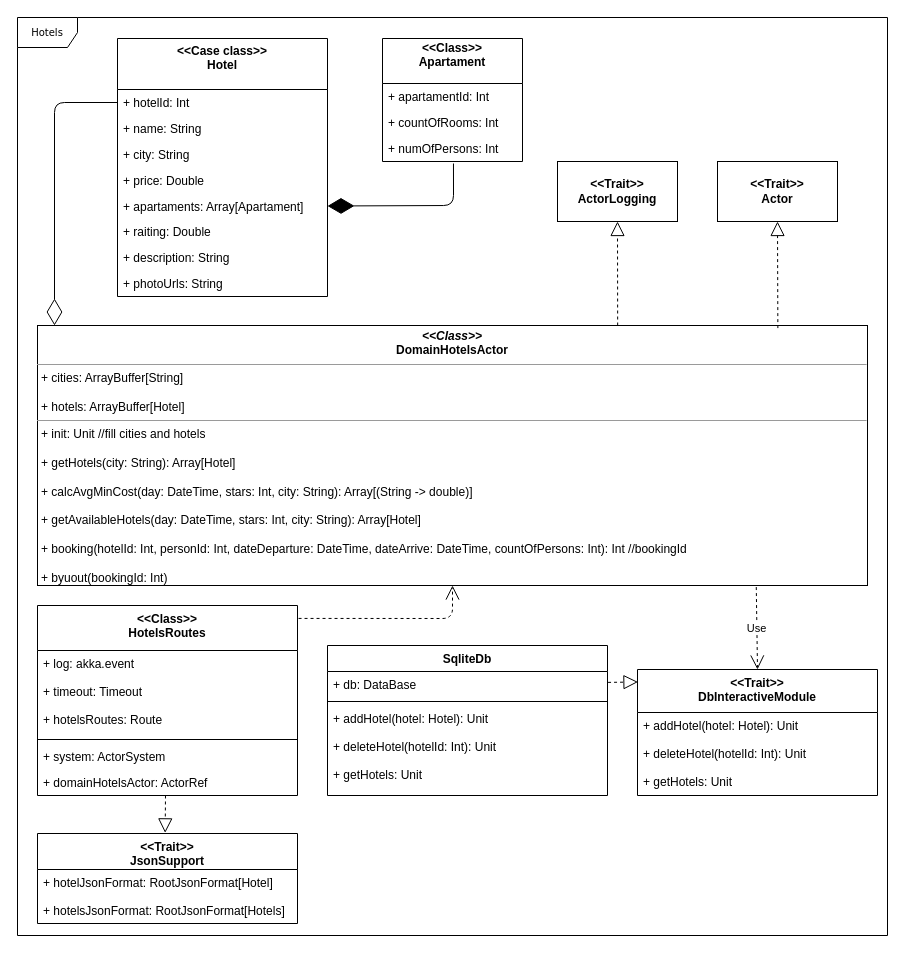
This is ClassDiagram/Class diagram.drawio from csu-iit-2019-1/Hotels, a draw.io file, before an edit. Source tidied: cells renumbered, new cells numbered last; positions are measured from the earlier drawing's top-left corner, leaving out a move shared by most shapes. Both pictures are drawn from the tidied source at 100%, with x=0, y=0 at pixel (17, 17).
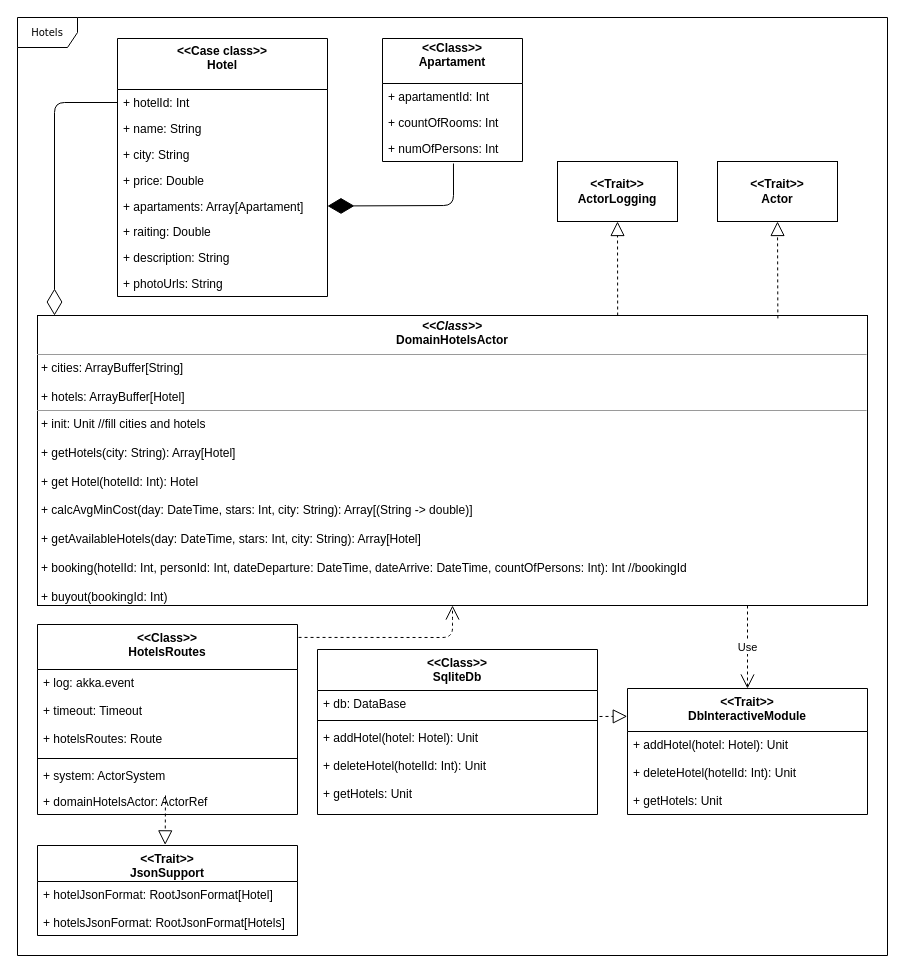
Above is the later version.

Unchanged cells that the change refers to:
```xml
<mxCell id="7" value="+ hotelId: Int" style="text;strokeColor=none;fillColor=none;align=left;verticalAlign=top;spacingLeft=4;spacingRight=4;overflow=hidden;points=[[0,0.5],[1,0.5]];portConstraint=eastwest;" parent="6" vertex="1">
  <mxGeometry y="51" width="210" height="26" as="geometry" />
</mxCell>
```

What changed in the source:
```diff
@@
     <mxCell id="2" value="Hotels" style="shape=umlFrame;whiteSpace=wrap;html=1;rounded=0;shadow=0;comic=0;labelBackgroundColor=none;strokeColor=#000000;strokeWidth=1;fillColor=#ffffff;fontFamily=Verdana;fontSize=10;fontColor=#000000;align=center;" parent="1" vertex="1">
-      <mxGeometry width="870" height="918" as="geometry" />
+      <mxGeometry width="870" height="938" as="geometry" />
     </mxCell>
-    <mxCell id="3" value="&lt;p style=&quot;margin: 0px ; margin-top: 4px ; text-align: center&quot;&gt;&lt;b&gt;&lt;i&gt;&amp;lt;&amp;lt;Class&amp;gt;&amp;gt;&lt;/i&gt;&lt;br&gt;DomainHotelsActor&lt;/b&gt;&lt;/p&gt;&lt;hr size=&quot;1&quot;&gt;&lt;p style=&quot;margin: 0px ; margin-left: 4px&quot;&gt;+ cities: ArrayBuffer[String]&lt;br&gt;&lt;/p&gt;&lt;p style=&quot;margin: 0px ; margin-left: 4px&quot;&gt;&lt;br&gt;&lt;/p&gt;&lt;p style=&quot;margin: 0px ; margin-left: 4px&quot;&gt;+ hotels: ArrayBuffer[Hotel]&lt;/p&gt;&lt;hr size=&quot;1&quot;&gt;&lt;p style=&quot;margin: 0px ; margin-left: 4px&quot;&gt;+ init: Unit //fill cities and hotels&lt;/p&gt;&lt;p style=&quot;margin: 0px ; margin-left: 4px&quot;&gt;&lt;br&gt;&lt;/p&gt;&lt;p style=&quot;margin: 0px ; margin-left: 4px&quot;&gt;+ getHotels(city: String): Array[Hotel]&lt;/p&gt;&lt;p style=&quot;margin: 0px ; margin-left: 4px&quot;&gt;&lt;br&gt;&lt;/p&gt;&lt;p style=&quot;margin: 0px ; margin-left: 4px&quot;&gt;+ calcAvgMinCost(day: DateTime, stars: Int, city: String): Array[(String -&amp;gt; double)]&lt;/p&gt;&lt;p style=&quot;margin: 0px ; margin-left: 4px&quot;&gt;&lt;br&gt;&lt;/p&gt;&lt;p style=&quot;margin: 0px ; margin-left: 4px&quot;&gt;+ getAvailableHotels(day: DateTime, stars: Int, city: String): Array[Hotel]&lt;/p&gt;&lt;p style=&quot;margin: 0px ; margin-left: 4px&quot;&gt;&lt;br&gt;&lt;/p&gt;&lt;p style=&quot;margin: 0px ; margin-left: 4px&quot;&gt;+ booking(hotelId: Int, personId: Int, dateDeparture: DateTime, dateArrive: DateTime, countOfPersons: Int): Int //bookingId&lt;/p&gt;&lt;p style=&quot;margin: 0px ; margin-left: 4px&quot;&gt;&lt;br&gt;&lt;/p&gt;&lt;p style=&quot;margin: 0px ; margin-left: 4px&quot;&gt;+ byuout(bookingId: Int)&lt;/p&gt;" style="verticalAlign=top;align=left;overflow=fill;fontSize=12;fontFamily=Helvetica;html=1;rounded=0;shadow=0;comic=0;labelBackgroundColor=none;strokeColor=#000000;strokeWidth=1;fillColor=#ffffff;" parent="1" vertex="1">
-      <mxGeometry x="20" y="308" width="830" height="260" as="geometry" />
+    <mxCell id="3" value="&lt;p style=&quot;margin: 0px ; margin-top: 4px ; text-align: center&quot;&gt;&lt;b&gt;&lt;i&gt;&amp;lt;&amp;lt;Class&amp;gt;&amp;gt;&lt;/i&gt;&lt;br&gt;DomainHotelsActor&lt;/b&gt;&lt;/p&gt;&lt;hr size=&quot;1&quot;&gt;&lt;p style=&quot;margin: 0px ; margin-left: 4px&quot;&gt;+ cities: ArrayBuffer[String]&lt;br&gt;&lt;/p&gt;&lt;p style=&quot;margin: 0px ; margin-left: 4px&quot;&gt;&lt;br&gt;&lt;/p&gt;&lt;p style=&quot;margin: 0px ; margin-left: 4px&quot;&gt;+ hotels: ArrayBuffer[Hotel]&lt;/p&gt;&lt;hr size=&quot;1&quot;&gt;&lt;p style=&quot;margin: 0px ; margin-left: 4px&quot;&gt;+ init: Unit //fill cities and hotels&lt;/p&gt;&lt;p style=&quot;margin: 0px ; margin-left: 4px&quot;&gt;&lt;br&gt;&lt;/p&gt;&lt;p style=&quot;margin: 0px ; margin-left: 4px&quot;&gt;+ getHotels(city: String): Array[Hotel]&lt;/p&gt;&lt;p style=&quot;margin: 0px ; margin-left: 4px&quot;&gt;&lt;br&gt;&lt;/p&gt;&lt;p style=&quot;margin: 0px ; margin-left: 4px&quot;&gt;+ get Hotel(hotelId: Int): Hotel&lt;/p&gt;&lt;p style=&quot;margin: 0px ; margin-left: 4px&quot;&gt;&lt;br&gt;&lt;/p&gt;&lt;p style=&quot;margin: 0px ; margin-left: 4px&quot;&gt;+ calcAvgMinCost(day: DateTime, stars: Int, city: String): Array[(String -&amp;gt; double)]&lt;/p&gt;&lt;p style=&quot;margin: 0px ; margin-left: 4px&quot;&gt;&lt;br&gt;&lt;/p&gt;&lt;p style=&quot;margin: 0px ; margin-left: 4px&quot;&gt;+ getAvailableHotels(day: DateTime, stars: Int, city: String): Array[Hotel]&lt;/p&gt;&lt;p style=&quot;margin: 0px ; margin-left: 4px&quot;&gt;&lt;br&gt;&lt;/p&gt;&lt;p style=&quot;margin: 0px ; margin-left: 4px&quot;&gt;+ booking(hotelId: Int, personId: Int, dateDeparture: DateTime, dateArrive: DateTime, countOfPersons: Int): Int //bookingId&lt;/p&gt;&lt;p style=&quot;margin: 0px ; margin-left: 4px&quot;&gt;&lt;br&gt;&lt;/p&gt;&lt;p style=&quot;margin: 0px ; margin-left: 4px&quot;&gt;+ buyout(bookingId: Int)&lt;/p&gt;" style="verticalAlign=top;align=left;overflow=fill;fontSize=12;fontFamily=Helvetica;html=1;rounded=0;shadow=0;comic=0;labelBackgroundColor=none;strokeColor=#000000;strokeWidth=1;fillColor=#ffffff;" parent="1" vertex="1">
+      <mxGeometry x="20" y="298" width="830" height="290" as="geometry" />
     </mxCell>
@@
     <mxCell id="15" style="endArrow=diamondThin;endFill=0;endSize=24;html=1;exitX=0;exitY=0.5;exitDx=0;exitDy=0;" parent="1" edge="1" source="7">
       <mxGeometry relative="1" as="geometry">
-        <mxPoint x="37" y="308" as="targetPoint" />
+        <mxPoint x="37" y="298" as="targetPoint" />
         <Array as="points">
           <mxPoint x="37" y="85" />
         </Array>
       </mxGeometry>
     </mxCell>
@@
     <mxCell id="21" value="&lt;&lt;Class&gt;&gt;&#10;HotelsRoutes&#10;" style="swimlane;fontStyle=1;align=center;verticalAlign=top;horizontal=1;startSize=45;" parent="1" vertex="1">
-      <mxGeometry x="20" y="588" width="260" height="190" as="geometry" />
+      <mxGeometry x="20" y="607" width="260" height="190" as="geometry" />
     </mxCell>
@@
-    <mxCell id="29" value="SqliteDb" style="swimlane;fontStyle=1;align=center;verticalAlign=top;horizontal=1;startSize=26;" parent="1" vertex="1">
-      <mxGeometry x="310" y="628" width="280" height="150" as="geometry" />
+    <mxCell id="29" value="&lt;&lt;Class&gt;&gt;&#10;SqliteDb" style="swimlane;fontStyle=1;align=center;verticalAlign=top;horizontal=1;startSize=41;" parent="1" vertex="1">
+      <mxGeometry x="300" y="632" width="280" height="165" as="geometry" />
     </mxCell>
     <mxCell id="30" value="+ db: DataBase" style="text;strokeColor=none;fillColor=none;align=left;verticalAlign=top;spacingLeft=4;spacingRight=4;overflow=hidden;points=[[0,0.5],[1,0.5]];portConstraint=eastwest;" parent="29" vertex="1">
-      <mxGeometry y="26" width="280" height="26" as="geometry" />
+      <mxGeometry y="41" width="280" height="26" as="geometry" />
     </mxCell>
     <mxCell id="31" style="line;strokeWidth=1;fillColor=none;align=left;verticalAlign=middle;spacingTop=-1;spacingLeft=3;spacingRight=3;labelPosition=right;" parent="29" vertex="1">
-      <mxGeometry y="52" width="280" height="8" as="geometry" />
+      <mxGeometry y="67" width="280" height="8" as="geometry" />
     </mxCell>
     <mxCell id="32" value="+ addHotel(hotel: Hotel): Unit&#10;&#10;+ deleteHotel(hotelId: Int): Unit&#10;&#10;+ getHotels: Unit&#10;&#10;" style="text;strokeColor=none;fillColor=none;align=left;verticalAlign=top;spacingLeft=4;spacingRight=4;overflow=hidden;" parent="29" vertex="1">
-      <mxGeometry y="60" width="280" height="90" as="geometry" />
+      <mxGeometry y="75" width="280" height="90" as="geometry" />
     </mxCell>
     <mxCell id="33" value="&lt;&lt;Trait&gt;&gt;&#10;JsonSupport" style="swimlane;fontStyle=1;align=center;verticalAlign=top;horizontal=1;startSize=36;" parent="1" vertex="1">
-      <mxGeometry x="20" y="816" width="260" height="90" as="geometry" />
+      <mxGeometry x="20" y="828" width="260" height="90" as="geometry" />
     </mxCell>
@@
     <mxCell id="35" value="&lt;&lt;Trait&gt;&gt;&#10;DbInteractiveModule" style="swimlane;fontStyle=1;align=center;verticalAlign=top;horizontal=1;startSize=43;" parent="1" vertex="1">
-      <mxGeometry x="620" y="652" width="240" height="126" as="geometry" />
+      <mxGeometry x="610" y="671" width="240" height="126" as="geometry" />
     </mxCell>
@@
-    <mxCell id="37" value="Use" style="endArrow=open;endSize=12;dashed=1;html=1;entryX=0.5;entryY=0;entryDx=0;entryDy=0;exitX=0.866;exitY=1.006;exitDx=0;exitDy=0;exitPerimeter=0;" parent="1" edge="1" source="3" target="35">
-      <mxGeometry relative="1" as="geometry" />
+    <mxCell id="37" value="Use" style="endArrow=open;endSize=12;dashed=1;html=1;entryX=0.5;entryY=0;entryDx=0;entryDy=0;" parent="1" edge="1" target="35">
+      <mxGeometry relative="1" as="geometry">
+        <mxPoint x="730" y="588" as="sourcePoint" />
+      </mxGeometry>
     </mxCell>
-    <mxCell id="38" style="endArrow=block;dashed=1;endFill=0;endSize=12;html=1;exitX=1.002;exitY=0.419;exitDx=0;exitDy=0;exitPerimeter=0;entryX=0.002;entryY=0.099;entryDx=0;entryDy=0;entryPerimeter=0;" parent="1" edge="1" source="30" target="35">
-      <mxGeometry relative="1" as="geometry" />
+    <mxCell id="38" style="endArrow=block;dashed=1;endFill=0;endSize=12;html=1;entryX=-0.001;entryY=0.221;entryDx=0;entryDy=0;entryPerimeter=0;" parent="1" edge="1" target="35">
+      <mxGeometry relative="1" as="geometry">
+        <mxPoint x="582" y="699" as="sourcePoint" />
+      </mxGeometry>
     </mxCell>
     <mxCell id="39" style="endArrow=open;endSize=12;dashed=1;html=1;exitX=1.004;exitY=0.068;exitDx=0;exitDy=0;exitPerimeter=0;entryX=0.5;entryY=1;entryDx=0;entryDy=0;" parent="1" edge="1" source="21" target="3">
       <mxGeometry relative="1" as="geometry">
         <Array as="points">
+          <mxPoint x="435" y="620" />
           <mxPoint x="435" y="601" />
         </Array>
       </mxGeometry>
     </mxCell>
```
